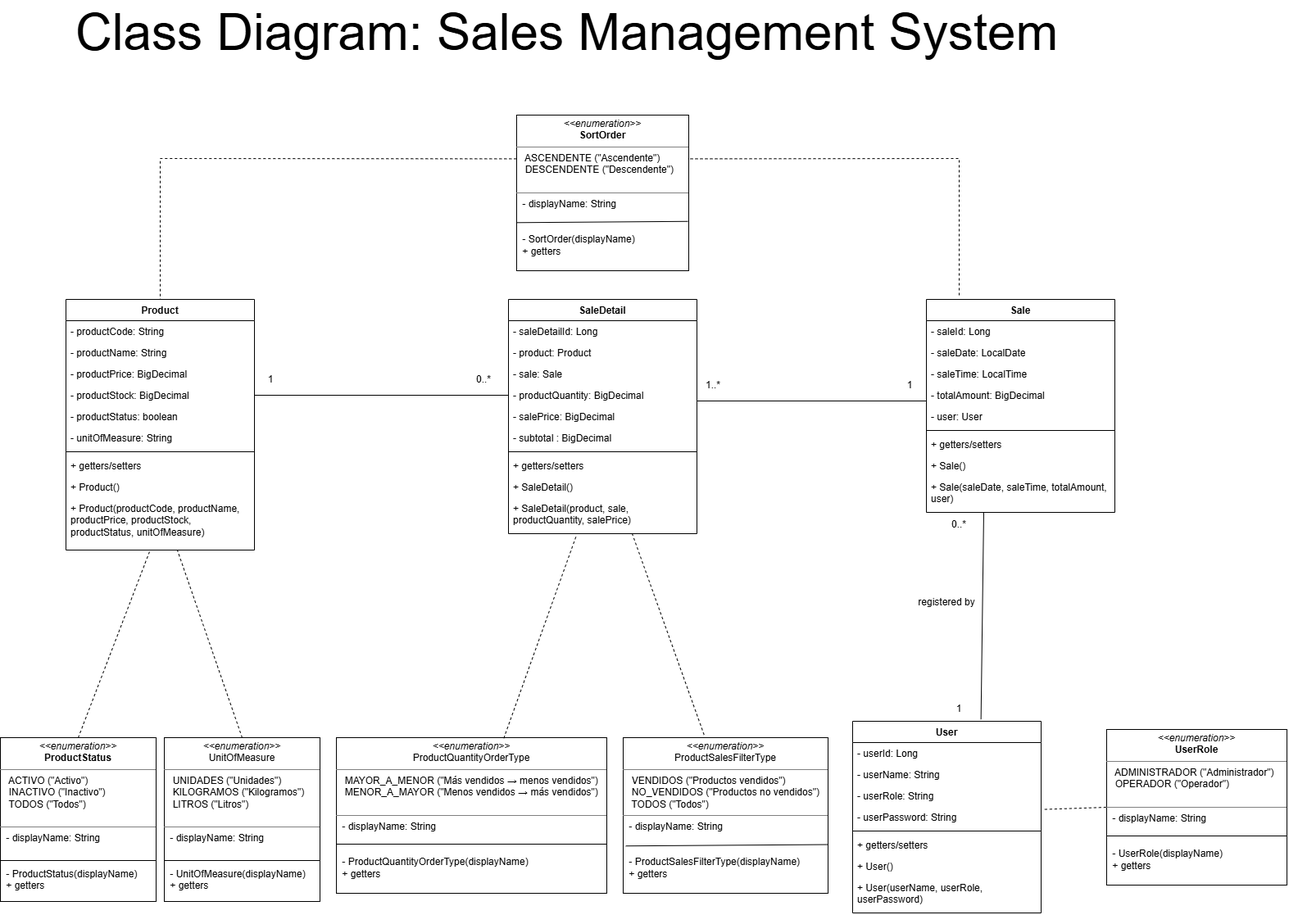
The draw.io diagram docs/diagrams/Class_Diagram.png in Marcos556149/sales-management-system, before a commit. Source tidied: cells renumbered, new cells last; positions are measured from the earlier drawing's top-left corner, leaving out a move shared by most shapes.
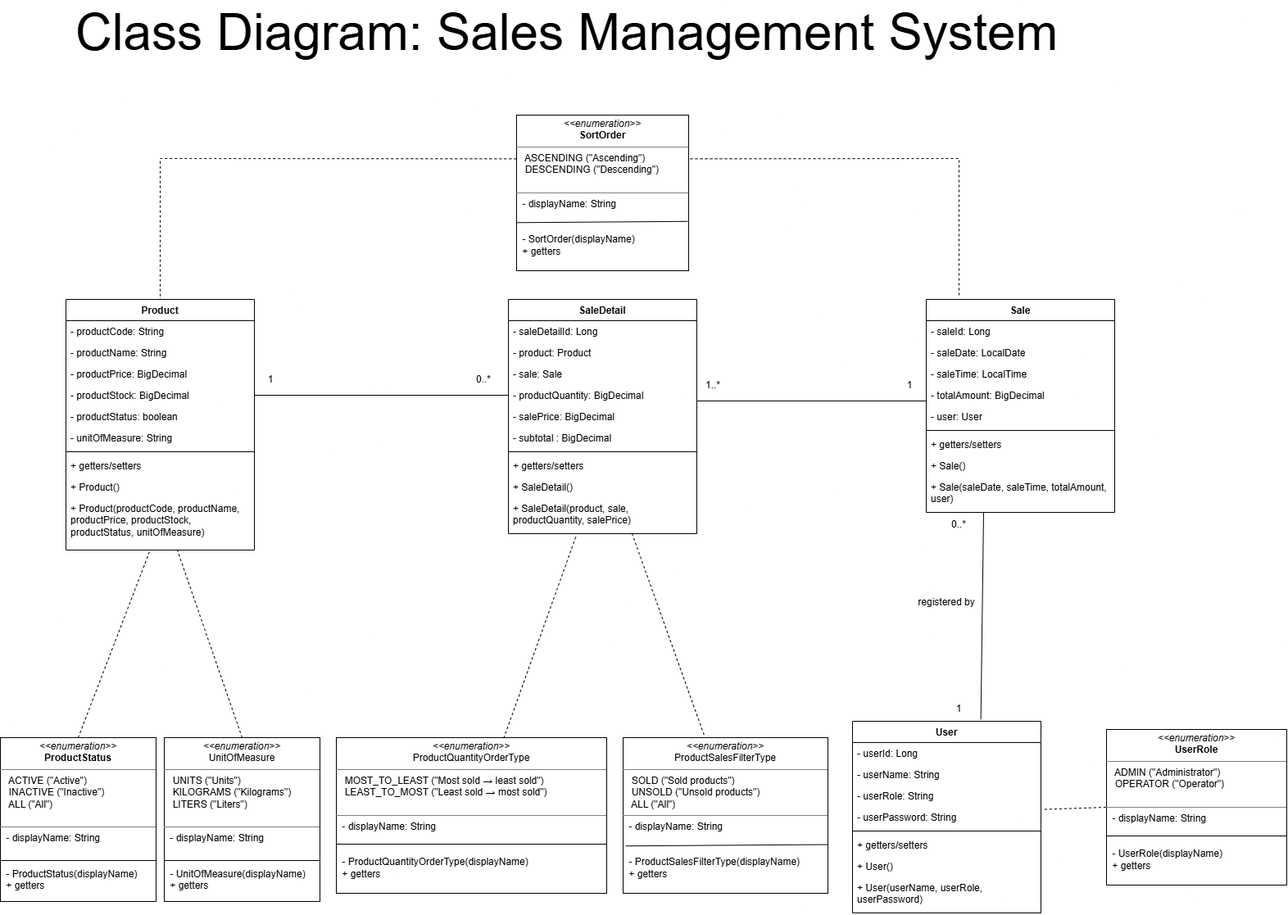
The same file after the commit.

Change to the diagram source:
```diff
@@ -155,13 +155,13 @@
     <mxCell id="52" value="registered by" style="text;html=1;whiteSpace=wrap;strokeColor=none;fillColor=none;align=center;verticalAlign=middle;rounded=0;" parent="1" vertex="1">
       <mxGeometry x="1115" y="720" width="80" height="30" as="geometry" />
     </mxCell>
-    <mxCell id="53" value="&lt;p style=&quot;margin:0px;margin-top:4px;text-align:center;&quot;&gt;&lt;i&gt;&amp;lt;&amp;lt;enumeration&amp;gt;&amp;gt;&lt;/i&gt;&lt;br&gt;&lt;b&gt;ProductStatus&lt;/b&gt;&lt;/p&gt;&lt;hr size=&quot;1&quot; style=&quot;border-style:solid;&quot;&gt;&lt;p style=&quot;margin:0px;margin-left:4px;&quot;&gt;&amp;nbsp; ACTIVO (&quot;Activo&quot;)&lt;br&gt;&amp;nbsp; INACTIVO&amp;nbsp;&lt;span style=&quot;background-color: transparent; color: light-dark(rgb(0, 0, 0), rgb(255, 255, 255));&quot;&gt;(&quot;Inactivo&quot;)&lt;/span&gt;&lt;/p&gt;&lt;p style=&quot;margin:0px;margin-left:4px;&quot;&gt;&amp;nbsp; TODOS&amp;nbsp;&lt;span style=&quot;background-color: transparent; color: light-dark(rgb(0, 0, 0), rgb(255, 255, 255));&quot;&gt;(&quot;Todos&quot;)&lt;/span&gt;&lt;/p&gt;&lt;p style=&quot;margin:0px;margin-left:4px;&quot;&gt;&lt;br&gt;&lt;/p&gt;&lt;hr size=&quot;1&quot; style=&quot;border-style:solid;&quot;&gt;&lt;p style=&quot;margin:0px;margin-left:4px;&quot;&gt;&amp;nbsp;- displayName: String&lt;/p&gt;&lt;p style=&quot;margin:0px;margin-left:4px;&quot;&gt;&lt;br&gt;&lt;/p&gt;&lt;p style=&quot;margin:0px;margin-left:4px;&quot;&gt;&lt;br&gt;&lt;/p&gt;&lt;p style=&quot;margin:0px;margin-left:4px;&quot;&gt;&amp;nbsp;- ProductStatus(displayName)&lt;/p&gt;&lt;p style=&quot;margin:0px;margin-left:4px;&quot;&gt;&lt;span style=&quot;background-color: transparent; color: light-dark(rgb(0, 0, 0), rgb(255, 255, 255));&quot;&gt;&amp;nbsp;+ getters&lt;/span&gt;&lt;/p&gt;" style="verticalAlign=top;align=left;overflow=fill;html=1;whiteSpace=wrap;" parent="1" vertex="1">
+    <mxCell id="53" value="&lt;p style=&quot;margin:0px;margin-top:4px;text-align:center;&quot;&gt;&lt;i&gt;&amp;lt;&amp;lt;enumeration&amp;gt;&amp;gt;&lt;/i&gt;&lt;br&gt;&lt;b&gt;ProductStatus&lt;/b&gt;&lt;/p&gt;&lt;hr size=&quot;1&quot; style=&quot;border-style:solid;&quot;&gt;&lt;p style=&quot;margin:0px;margin-left:4px;&quot;&gt;&amp;nbsp; ACTIVE (&quot;Active&quot;)&lt;br&gt;&amp;nbsp; INACTIVE&amp;nbsp;&lt;span style=&quot;background-color: transparent; color: light-dark(rgb(0, 0, 0), rgb(255, 255, 255));&quot;&gt;(&quot;Inactive&quot;)&lt;/span&gt;&lt;/p&gt;&lt;p style=&quot;margin:0px;margin-left:4px;&quot;&gt;&amp;nbsp; ALL&amp;nbsp;&lt;span style=&quot;background-color: transparent; color: light-dark(rgb(0, 0, 0), rgb(255, 255, 255));&quot;&gt;(&quot;All&quot;)&lt;/span&gt;&lt;/p&gt;&lt;p style=&quot;margin:0px;margin-left:4px;&quot;&gt;&lt;br&gt;&lt;/p&gt;&lt;hr size=&quot;1&quot; style=&quot;border-style:solid;&quot;&gt;&lt;p style=&quot;margin:0px;margin-left:4px;&quot;&gt;&amp;nbsp;- displayName: String&lt;/p&gt;&lt;p style=&quot;margin:0px;margin-left:4px;&quot;&gt;&lt;br&gt;&lt;/p&gt;&lt;p style=&quot;margin:0px;margin-left:4px;&quot;&gt;&lt;br&gt;&lt;/p&gt;&lt;p style=&quot;margin:0px;margin-left:4px;&quot;&gt;&amp;nbsp;- ProductStatus(displayName)&lt;/p&gt;&lt;p style=&quot;margin:0px;margin-left:4px;&quot;&gt;&lt;span style=&quot;background-color: transparent; color: light-dark(rgb(0, 0, 0), rgb(255, 255, 255));&quot;&gt;&amp;nbsp;+ getters&lt;/span&gt;&lt;/p&gt;" style="verticalAlign=top;align=left;overflow=fill;html=1;whiteSpace=wrap;" parent="1" vertex="1">
       <mxGeometry y="900" width="190" height="200" as="geometry" />
     </mxCell>
-    <mxCell id="54" value="&lt;p style=&quot;margin:0px;margin-top:4px;text-align:center;&quot;&gt;&lt;i&gt;&amp;lt;&amp;lt;enumeration&amp;gt;&amp;gt;&lt;/i&gt;&lt;br&gt;&lt;b&gt;SortOrder&lt;/b&gt;&lt;/p&gt;&lt;hr size=&quot;1&quot; style=&quot;border-style:solid;&quot;&gt;&lt;p style=&quot;margin:0px;margin-left:4px;&quot;&gt;&amp;nbsp; ASCENDENTE (&quot;Ascendente&quot;)&lt;br&gt;&amp;nbsp; DESCENDENTE (&quot;Descendente&quot;)&lt;/p&gt;&lt;p style=&quot;margin:0px;margin-left:4px;&quot;&gt;&lt;br&gt;&lt;/p&gt;&lt;hr size=&quot;1&quot; style=&quot;border-style:solid;&quot;&gt;&lt;p style=&quot;margin: 0px 0px 0px 4px;&quot;&gt;&amp;nbsp;- displayName: String&lt;/p&gt;&lt;p style=&quot;margin: 0px 0px 0px 4px;&quot;&gt;&lt;br&gt;&lt;/p&gt;&lt;p style=&quot;margin: 0px 0px 0px 4px;&quot;&gt;&lt;br&gt;&lt;/p&gt;&lt;p style=&quot;margin: 0px 0px 0px 4px;&quot;&gt;&amp;nbsp;- SortOrder(displayName)&lt;/p&gt;&lt;p style=&quot;margin: 0px 0px 0px 4px;&quot;&gt;&lt;span style=&quot;background-color: transparent; color: light-dark(rgb(0, 0, 0), rgb(255, 255, 255));&quot;&gt;&amp;nbsp;+ getters&lt;/span&gt;&lt;/p&gt;" style="verticalAlign=top;align=left;overflow=fill;html=1;whiteSpace=wrap;" parent="1" vertex="1">
+    <mxCell id="54" value="&lt;p style=&quot;margin:0px;margin-top:4px;text-align:center;&quot;&gt;&lt;i&gt;&amp;lt;&amp;lt;enumeration&amp;gt;&amp;gt;&lt;/i&gt;&lt;br&gt;&lt;b&gt;SortOrder&lt;/b&gt;&lt;/p&gt;&lt;hr size=&quot;1&quot; style=&quot;border-style:solid;&quot;&gt;&lt;p style=&quot;margin:0px;margin-left:4px;&quot;&gt;&amp;nbsp; ASCENDING (&quot;Ascending&quot;)&lt;br&gt;&amp;nbsp; DESCENDING (&quot;Descending&quot;)&lt;/p&gt;&lt;p style=&quot;margin:0px;margin-left:4px;&quot;&gt;&lt;br&gt;&lt;/p&gt;&lt;hr size=&quot;1&quot; style=&quot;border-style:solid;&quot;&gt;&lt;p style=&quot;margin: 0px 0px 0px 4px;&quot;&gt;&amp;nbsp;- displayName: String&lt;/p&gt;&lt;p style=&quot;margin: 0px 0px 0px 4px;&quot;&gt;&lt;br&gt;&lt;/p&gt;&lt;p style=&quot;margin: 0px 0px 0px 4px;&quot;&gt;&lt;br&gt;&lt;/p&gt;&lt;p style=&quot;margin: 0px 0px 0px 4px;&quot;&gt;&amp;nbsp;- SortOrder(displayName)&lt;/p&gt;&lt;p style=&quot;margin: 0px 0px 0px 4px;&quot;&gt;&lt;span style=&quot;background-color: transparent; color: light-dark(rgb(0, 0, 0), rgb(255, 255, 255));&quot;&gt;&amp;nbsp;+ getters&lt;/span&gt;&lt;/p&gt;" style="verticalAlign=top;align=left;overflow=fill;html=1;whiteSpace=wrap;" parent="1" vertex="1">
       <mxGeometry x="630" y="140" width="210" height="190" as="geometry" />
     </mxCell>
-    <mxCell id="55" value="&lt;p style=&quot;margin:0px;margin-top:4px;text-align:center;&quot;&gt;&lt;i&gt;&amp;lt;&amp;lt;enumeration&amp;gt;&amp;gt;&lt;/i&gt;&lt;br&gt;&lt;b&gt;UserRole&lt;/b&gt;&lt;/p&gt;&lt;hr size=&quot;1&quot; style=&quot;border-style:solid;&quot;&gt;&lt;p style=&quot;margin:0px;margin-left:4px;&quot;&gt;&amp;nbsp; ADMINISTRADOR (&quot;Administrador&quot;)&lt;br&gt;&amp;nbsp; OPERADOR (&quot;Operador&quot;)&lt;/p&gt;&lt;p style=&quot;margin:0px;margin-left:4px;&quot;&gt;&lt;br&gt;&lt;/p&gt;&lt;hr size=&quot;1&quot; style=&quot;border-style:solid;&quot;&gt;&lt;p style=&quot;margin: 0px 0px 0px 4px;&quot;&gt;&amp;nbsp;- displayName: String&lt;/p&gt;&lt;p style=&quot;margin: 0px 0px 0px 4px;&quot;&gt;&lt;br&gt;&lt;/p&gt;&lt;p style=&quot;margin: 0px 0px 0px 4px;&quot;&gt;&lt;br&gt;&lt;/p&gt;&lt;p style=&quot;margin: 0px 0px 0px 4px;&quot;&gt;&amp;nbsp;- UserRole(displayName)&lt;/p&gt;&lt;p style=&quot;margin: 0px 0px 0px 4px;&quot;&gt;&lt;span style=&quot;background-color: transparent; color: light-dark(rgb(0, 0, 0), rgb(255, 255, 255));&quot;&gt;&amp;nbsp;+ getters&lt;/span&gt;&lt;/p&gt;" style="verticalAlign=top;align=left;overflow=fill;html=1;whiteSpace=wrap;" parent="1" vertex="1">
+    <mxCell id="55" value="&lt;p style=&quot;margin:0px;margin-top:4px;text-align:center;&quot;&gt;&lt;i&gt;&amp;lt;&amp;lt;enumeration&amp;gt;&amp;gt;&lt;/i&gt;&lt;br&gt;&lt;b&gt;UserRole&lt;/b&gt;&lt;/p&gt;&lt;hr size=&quot;1&quot; style=&quot;border-style:solid;&quot;&gt;&lt;p style=&quot;margin:0px;margin-left:4px;&quot;&gt;&amp;nbsp; ADMIN (&quot;Administrator&quot;)&lt;br&gt;&amp;nbsp; OPERATOR (&quot;Operator&quot;)&lt;/p&gt;&lt;p style=&quot;margin:0px;margin-left:4px;&quot;&gt;&lt;br&gt;&lt;/p&gt;&lt;hr size=&quot;1&quot; style=&quot;border-style:solid;&quot;&gt;&lt;p style=&quot;margin: 0px 0px 0px 4px;&quot;&gt;&amp;nbsp;- displayName: String&lt;/p&gt;&lt;p style=&quot;margin: 0px 0px 0px 4px;&quot;&gt;&lt;br&gt;&lt;/p&gt;&lt;p style=&quot;margin: 0px 0px 0px 4px;&quot;&gt;&lt;br&gt;&lt;/p&gt;&lt;p style=&quot;margin: 0px 0px 0px 4px;&quot;&gt;&amp;nbsp;- UserRole(displayName)&lt;/p&gt;&lt;p style=&quot;margin: 0px 0px 0px 4px;&quot;&gt;&lt;span style=&quot;background-color: transparent; color: light-dark(rgb(0, 0, 0), rgb(255, 255, 255));&quot;&gt;&amp;nbsp;+ getters&lt;/span&gt;&lt;/p&gt;" style="verticalAlign=top;align=left;overflow=fill;html=1;whiteSpace=wrap;" parent="1" vertex="1">
       <mxGeometry x="1350" y="890" width="220" height="190" as="geometry" />
     </mxCell>
     <mxCell id="56" style="endArrow=none;html=1;rounded=0;exitX=0.5;exitY=0;exitDx=0;exitDy=0;dashed=1;" parent="1" edge="1" source="53" target="12">
@@ -188,7 +188,7 @@
     <mxCell id="60" value="&lt;font style=&quot;font-size: 62px;&quot;&gt;Class Diagram: Sales Management System&lt;/font&gt;" style="text;html=1;whiteSpace=wrap;strokeColor=none;fillColor=none;align=left;verticalAlign=middle;rounded=0;strokeWidth=1;fontSize=59;" parent="1" vertex="1">
       <mxGeometry x="90" width="1300" height="80" as="geometry" />
     </mxCell>
-    <mxCell id="61" value="&lt;p style=&quot;margin:0px;margin-top:4px;text-align:center;&quot;&gt;&lt;i&gt;&amp;lt;&amp;lt;enumeration&amp;gt;&amp;gt;&lt;/i&gt;&lt;br&gt;UnitOfMeasure&lt;/p&gt;&lt;hr size=&quot;1&quot; style=&quot;border-style:solid;&quot;&gt;&lt;p style=&quot;margin:0px;margin-left:4px;&quot;&gt;&amp;nbsp; UNIDADES (&quot;Unidades&quot;)&lt;br&gt;&amp;nbsp; KILOGRAMOS (&quot;Kilogramos&quot;)&lt;/p&gt;&lt;p style=&quot;margin:0px;margin-left:4px;&quot;&gt;&amp;nbsp; LITROS (&quot;Litros&quot;)&lt;/p&gt;&lt;p style=&quot;margin:0px;margin-left:4px;&quot;&gt;&lt;br&gt;&lt;/p&gt;&lt;hr size=&quot;1&quot; style=&quot;border-style:solid;&quot;&gt;&lt;p style=&quot;margin:0px;margin-left:4px;&quot;&gt;&amp;nbsp;- displayName: String&lt;/p&gt;&lt;p style=&quot;margin:0px;margin-left:4px;&quot;&gt;&lt;br&gt;&lt;/p&gt;&lt;p style=&quot;margin:0px;margin-left:4px;&quot;&gt;&lt;br&gt;&lt;/p&gt;&lt;p style=&quot;margin: 0px 0px 0px 4px;&quot;&gt;&amp;nbsp;- UnitOfMeasure(displayName)&lt;/p&gt;&lt;p style=&quot;margin: 0px 0px 0px 4px;&quot;&gt;&lt;span style=&quot;background-color: transparent; color: light-dark(rgb(0, 0, 0), rgb(255, 255, 255));&quot;&gt;&amp;nbsp;+ getters&lt;/span&gt;&lt;/p&gt;" style="verticalAlign=top;align=left;overflow=fill;html=1;whiteSpace=wrap;" parent="1" vertex="1">
+    <mxCell id="61" value="&lt;p style=&quot;margin:0px;margin-top:4px;text-align:center;&quot;&gt;&lt;i&gt;&amp;lt;&amp;lt;enumeration&amp;gt;&amp;gt;&lt;/i&gt;&lt;br&gt;UnitOfMeasure&lt;/p&gt;&lt;hr size=&quot;1&quot; style=&quot;border-style:solid;&quot;&gt;&lt;p style=&quot;margin:0px;margin-left:4px;&quot;&gt;&amp;nbsp; UNITS (&quot;Units&quot;)&lt;br&gt;&amp;nbsp; KILOGRAMS&amp;nbsp;(&quot;Kilograms&quot;)&lt;/p&gt;&lt;p style=&quot;margin:0px;margin-left:4px;&quot;&gt;&amp;nbsp; LITERS (&quot;Liters&quot;)&lt;/p&gt;&lt;p style=&quot;margin:0px;margin-left:4px;&quot;&gt;&lt;br&gt;&lt;/p&gt;&lt;hr size=&quot;1&quot; style=&quot;border-style:solid;&quot;&gt;&lt;p style=&quot;margin:0px;margin-left:4px;&quot;&gt;&amp;nbsp;- displayName: String&lt;/p&gt;&lt;p style=&quot;margin:0px;margin-left:4px;&quot;&gt;&lt;br&gt;&lt;/p&gt;&lt;p style=&quot;margin:0px;margin-left:4px;&quot;&gt;&lt;br&gt;&lt;/p&gt;&lt;p style=&quot;margin: 0px 0px 0px 4px;&quot;&gt;&amp;nbsp;- UnitOfMeasure(displayName)&lt;/p&gt;&lt;p style=&quot;margin: 0px 0px 0px 4px;&quot;&gt;&lt;span style=&quot;background-color: transparent; color: light-dark(rgb(0, 0, 0), rgb(255, 255, 255));&quot;&gt;&amp;nbsp;+ getters&lt;/span&gt;&lt;/p&gt;" style="verticalAlign=top;align=left;overflow=fill;html=1;whiteSpace=wrap;" parent="1" vertex="1">
       <mxGeometry x="200" y="900" width="190" height="200" as="geometry" />
     </mxCell>
     <mxCell id="62" style="endArrow=none;html=1;rounded=0;exitX=0.5;exitY=0;exitDx=0;exitDy=0;dashed=1;entryX=0.591;entryY=1;entryDx=0;entryDy=0;entryPerimeter=0;" parent="1" edge="1" source="61" target="12">
@@ -215,10 +215,10 @@
     <mxCell id="66" style="endArrow=none;html=1;rounded=0;exitX=0.001;exitY=0.691;exitDx=0;exitDy=0;exitPerimeter=0;entryX=0.995;entryY=0.683;entryDx=0;entryDy=0;entryPerimeter=0;strokeColor=light-dark(#000000,#808080);" parent="1" edge="1" source="54" target="54">
       <mxGeometry relative="1" as="geometry" />
     </mxCell>
-    <mxCell id="67" value="&lt;p style=&quot;margin:0px;margin-top:4px;text-align:center;&quot;&gt;&lt;i&gt;&amp;lt;&amp;lt;enumeration&amp;gt;&amp;gt;&lt;/i&gt;&lt;br&gt;ProductQuantityOrderType&lt;/p&gt;&lt;hr size=&quot;1&quot; style=&quot;border-style:solid;&quot;&gt;&lt;p style=&quot;margin:0px;margin-left:4px;&quot;&gt;&amp;nbsp; MAYOR_A_MENOR (&quot;Más vendidos → menos vendidos&quot;)&lt;br&gt;&amp;nbsp; MENOR_A_MAYOR (&quot;Menos vendidos → más vendidos&quot;)&lt;/p&gt;&lt;p style=&quot;margin:0px;margin-left:4px;&quot;&gt;&lt;br&gt;&lt;/p&gt;&lt;hr size=&quot;1&quot; style=&quot;border-style:solid;&quot;&gt;&lt;p style=&quot;margin: 0px 0px 0px 4px;&quot;&gt;&amp;nbsp;- displayName: String&lt;/p&gt;&lt;p style=&quot;margin: 0px 0px 0px 4px;&quot;&gt;&lt;br&gt;&lt;/p&gt;&lt;p style=&quot;margin: 0px 0px 0px 4px;&quot;&gt;&lt;br&gt;&lt;/p&gt;&lt;p style=&quot;margin: 0px 0px 0px 4px;&quot;&gt;&amp;nbsp;-&amp;nbsp;&lt;span style=&quot;text-align: center; background-color: transparent; color: light-dark(rgb(0, 0, 0), rgb(255, 255, 255));&quot;&gt;ProductQuantityOrderType&lt;/span&gt;&lt;span style=&quot;background-color: transparent; color: light-dark(rgb(0, 0, 0), rgb(255, 255, 255));&quot;&gt;(displayName)&lt;/span&gt;&lt;/p&gt;&lt;p style=&quot;margin: 0px 0px 0px 4px;&quot;&gt;&lt;span style=&quot;background-color: transparent; color: light-dark(rgb(0, 0, 0), rgb(255, 255, 255));&quot;&gt;&amp;nbsp;+ getters&lt;/span&gt;&lt;/p&gt;" style="verticalAlign=top;align=left;overflow=fill;html=1;whiteSpace=wrap;" parent="1" vertex="1">
+    <mxCell id="67" value="&lt;p style=&quot;margin:0px;margin-top:4px;text-align:center;&quot;&gt;&lt;i&gt;&amp;lt;&amp;lt;enumeration&amp;gt;&amp;gt;&lt;/i&gt;&lt;br&gt;ProductQuantityOrderType&lt;/p&gt;&lt;hr size=&quot;1&quot; style=&quot;border-style:solid;&quot;&gt;&lt;p style=&quot;margin:0px;margin-left:4px;&quot;&gt;&amp;nbsp; MOST_TO_LEAST (&quot;Most sold → least sold&quot;)&lt;br&gt;&amp;nbsp; LEAST_TO_MOST (&quot;Least sold → most sold&quot;)&lt;/p&gt;&lt;p style=&quot;margin:0px;margin-left:4px;&quot;&gt;&lt;br&gt;&lt;/p&gt;&lt;hr size=&quot;1&quot; style=&quot;border-style:solid;&quot;&gt;&lt;p style=&quot;margin: 0px 0px 0px 4px;&quot;&gt;&amp;nbsp;- displayName: String&lt;/p&gt;&lt;p style=&quot;margin: 0px 0px 0px 4px;&quot;&gt;&lt;br&gt;&lt;/p&gt;&lt;p style=&quot;margin: 0px 0px 0px 4px;&quot;&gt;&lt;br&gt;&lt;/p&gt;&lt;p style=&quot;margin: 0px 0px 0px 4px;&quot;&gt;&amp;nbsp;-&amp;nbsp;&lt;span style=&quot;text-align: center; background-color: transparent; color: light-dark(rgb(0, 0, 0), rgb(255, 255, 255));&quot;&gt;ProductQuantityOrderType&lt;/span&gt;&lt;span style=&quot;background-color: transparent; color: light-dark(rgb(0, 0, 0), rgb(255, 255, 255));&quot;&gt;(displayName)&lt;/span&gt;&lt;/p&gt;&lt;p style=&quot;margin: 0px 0px 0px 4px;&quot;&gt;&lt;span style=&quot;background-color: transparent; color: light-dark(rgb(0, 0, 0), rgb(255, 255, 255));&quot;&gt;&amp;nbsp;+ getters&lt;/span&gt;&lt;/p&gt;" style="verticalAlign=top;align=left;overflow=fill;html=1;whiteSpace=wrap;" parent="1" vertex="1">
       <mxGeometry x="410" y="900" width="330" height="190" as="geometry" />
     </mxCell>
-    <mxCell id="68" value="&lt;p style=&quot;margin:0px;margin-top:4px;text-align:center;&quot;&gt;&lt;i&gt;&amp;lt;&amp;lt;enumeration&amp;gt;&amp;gt;&lt;/i&gt;&lt;br&gt;ProductSalesFilterType&lt;/p&gt;&lt;hr size=&quot;1&quot; style=&quot;border-style:solid;&quot;&gt;&lt;p style=&quot;margin:0px;margin-left:4px;&quot;&gt;&amp;nbsp; VENDIDOS (&quot;Productos vendidos&quot;)&lt;br&gt;&amp;nbsp; NO_VENDIDOS (&quot;Productos no vendidos&quot;)&lt;/p&gt;&lt;p style=&quot;margin:0px;margin-left:4px;&quot;&gt;&amp;nbsp;&amp;nbsp;TODOS (&quot;Todos&quot;)&lt;/p&gt;&lt;hr size=&quot;1&quot; style=&quot;border-style:solid;&quot;&gt;&lt;p style=&quot;margin: 0px 0px 0px 4px;&quot;&gt;&amp;nbsp;- displayName: String&lt;/p&gt;&lt;p style=&quot;margin: 0px 0px 0px 4px;&quot;&gt;&lt;br&gt;&lt;/p&gt;&lt;p style=&quot;margin: 0px 0px 0px 4px;&quot;&gt;&lt;br&gt;&lt;/p&gt;&lt;p style=&quot;margin: 0px 0px 0px 4px;&quot;&gt;&amp;nbsp;-&amp;nbsp;&lt;span style=&quot;text-align: center;&quot;&gt;ProductSalesFilterType&lt;/span&gt;(displayName)&lt;/p&gt;&lt;p style=&quot;margin: 0px 0px 0px 4px;&quot;&gt;&lt;span style=&quot;background-color: transparent; color: light-dark(rgb(0, 0, 0), rgb(255, 255, 255));&quot;&gt;&amp;nbsp;+ getters&lt;/span&gt;&lt;/p&gt;" style="verticalAlign=top;align=left;overflow=fill;html=1;whiteSpace=wrap;" parent="1" vertex="1">
+    <mxCell id="68" value="&lt;p style=&quot;margin:0px;margin-top:4px;text-align:center;&quot;&gt;&lt;i&gt;&amp;lt;&amp;lt;enumeration&amp;gt;&amp;gt;&lt;/i&gt;&lt;br&gt;ProductSalesFilterType&lt;/p&gt;&lt;hr size=&quot;1&quot; style=&quot;border-style:solid;&quot;&gt;&lt;p style=&quot;margin:0px;margin-left:4px;&quot;&gt;&amp;nbsp; SOLD (&quot;Sold products&quot;)&lt;br&gt;&amp;nbsp; UNSOLD (&quot;Unsold products&quot;)&lt;/p&gt;&lt;p style=&quot;margin:0px;margin-left:4px;&quot;&gt;&amp;nbsp;&amp;nbsp;ALL (&quot;All&quot;)&lt;/p&gt;&lt;hr size=&quot;1&quot; style=&quot;border-style:solid;&quot;&gt;&lt;p style=&quot;margin: 0px 0px 0px 4px;&quot;&gt;&amp;nbsp;- displayName: String&lt;/p&gt;&lt;p style=&quot;margin: 0px 0px 0px 4px;&quot;&gt;&lt;br&gt;&lt;/p&gt;&lt;p style=&quot;margin: 0px 0px 0px 4px;&quot;&gt;&lt;br&gt;&lt;/p&gt;&lt;p style=&quot;margin: 0px 0px 0px 4px;&quot;&gt;&amp;nbsp;-&amp;nbsp;&lt;span style=&quot;text-align: center;&quot;&gt;ProductSalesFilterType&lt;/span&gt;(displayName)&lt;/p&gt;&lt;p style=&quot;margin: 0px 0px 0px 4px;&quot;&gt;&lt;span style=&quot;background-color: transparent; color: light-dark(rgb(0, 0, 0), rgb(255, 255, 255));&quot;&gt;&amp;nbsp;+ getters&lt;/span&gt;&lt;/p&gt;" style="verticalAlign=top;align=left;overflow=fill;html=1;whiteSpace=wrap;" parent="1" vertex="1">
       <mxGeometry x="760" y="900" width="250" height="190" as="geometry" />
     </mxCell>
     <mxCell id="69" style="endArrow=none;html=1;rounded=0;exitX=0.013;exitY=0.696;exitDx=0;exitDy=0;exitPerimeter=0;strokeColor=light-dark(#000000,#808080);entryX=0.996;entryY=0.687;entryDx=0;entryDy=0;entryPerimeter=0;" parent="1" edge="1" source="68" target="68">
```
